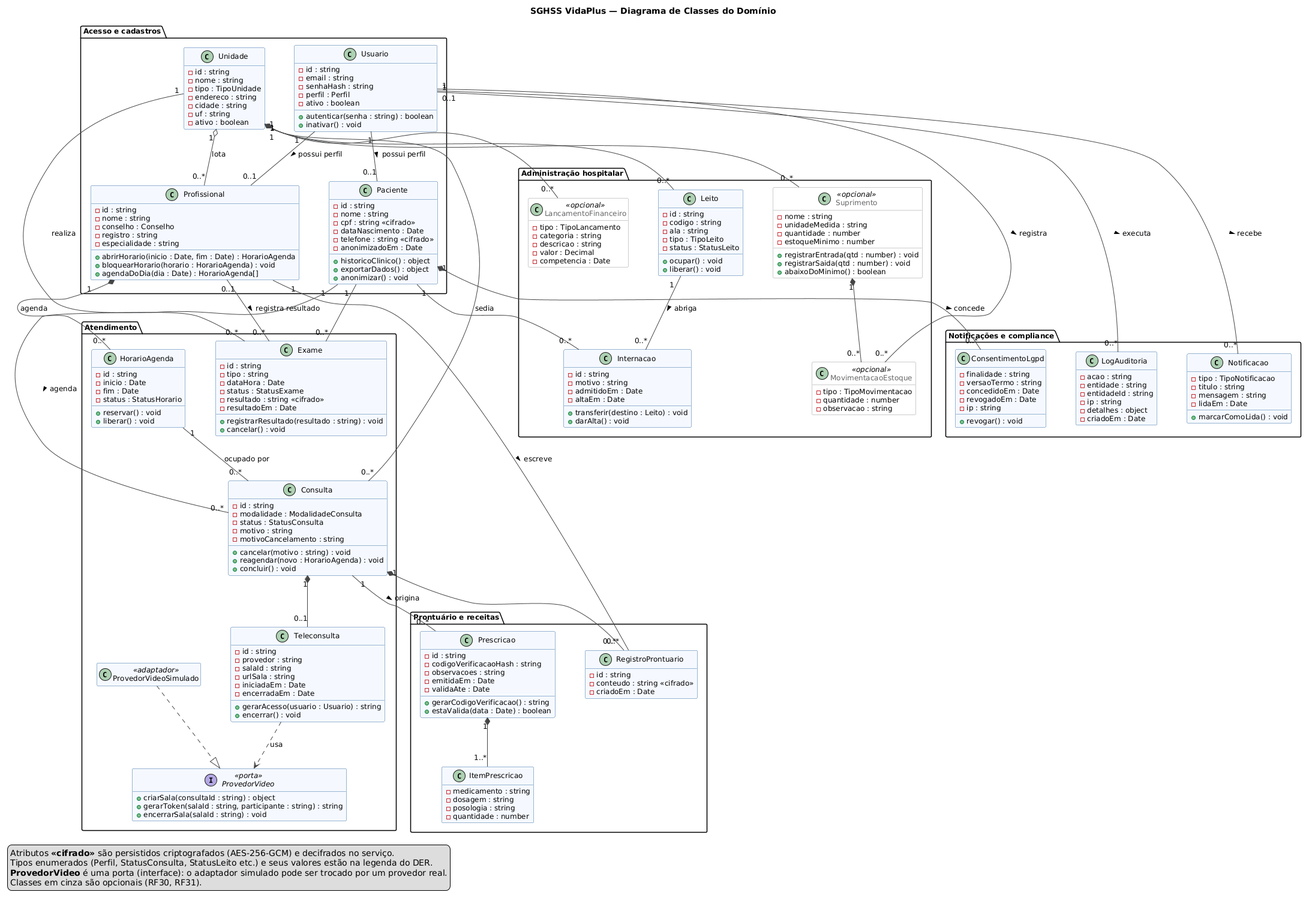
Above: docs/diagramas/classes.png in JlucasFaria/sghss-api (PlantUML), before the change.
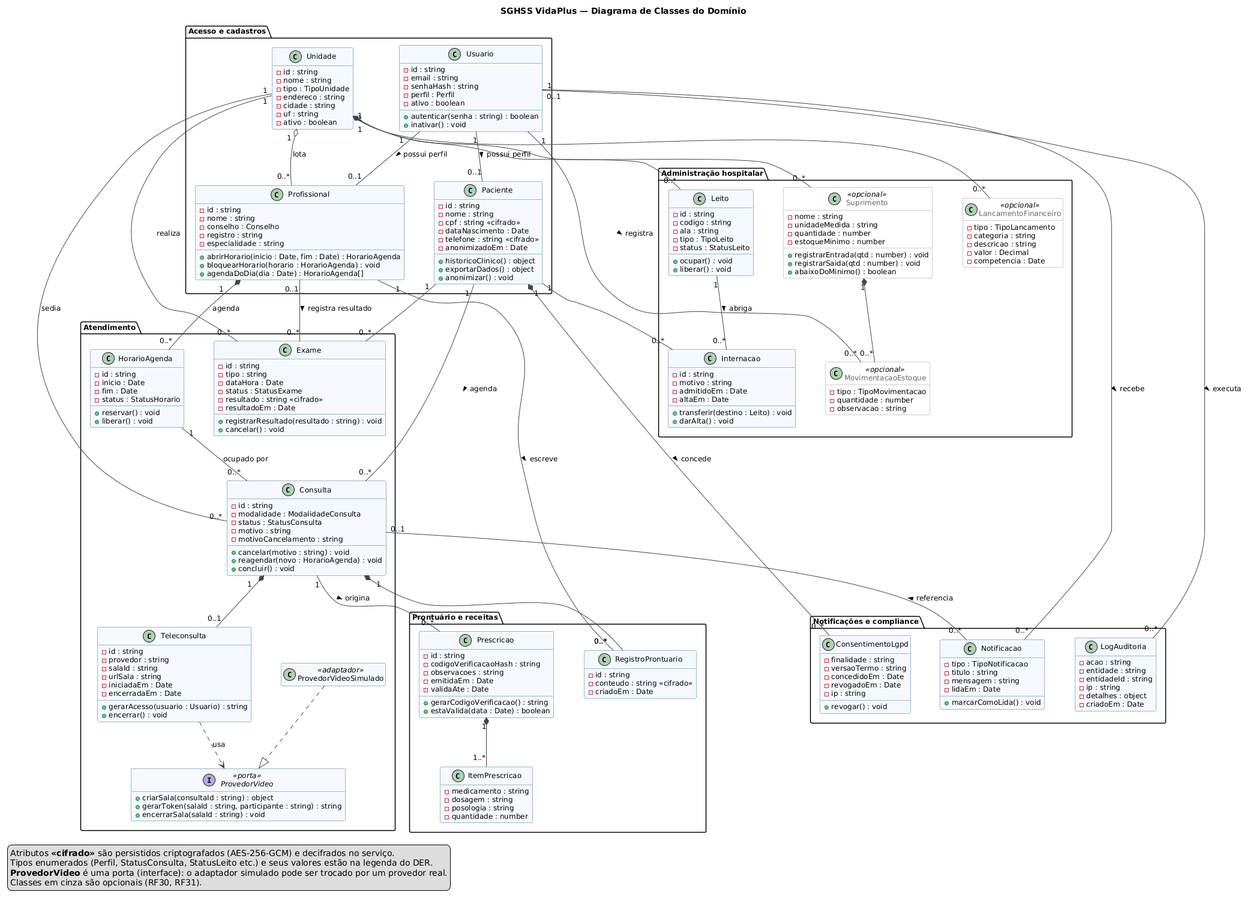
Later version of the same file.

Commit message:
feat: gera notificacoes em eventos de consulta

Change to the diagram source:
```diff
@@ -238,6 +238,7 @@
 Consulta "1" *-- "0..*" RegistroProntuario
 Profissional "1" -- "0..*" RegistroProntuario : escreve >
 Consulta "1" -- "0..*" Prescricao : origina >
+Consulta "0..1" -- "0..*" Notificacao : referencia <
 Prescricao "1" *-- "1..*" ItemPrescricao
 
 Paciente "1" -- "0..*" Internacao
```
